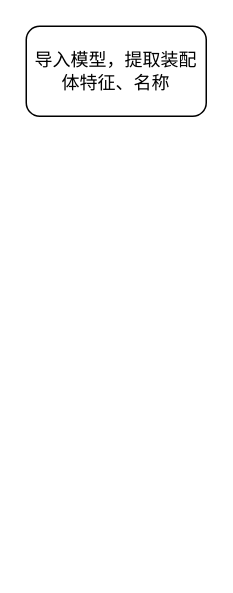
The draw.io diagram BWB.drawio in Harekaze-Misakiakeno/uml, before the edit. Source tidied: cells renumbered, new cells numbered last; positions are measured from the earlier drawing's top-left corner, leaving out a move shared by most shapes. Both pictures are drawn from the tidied source at 150%, with x=0, y=0 at pixel (26, 26).
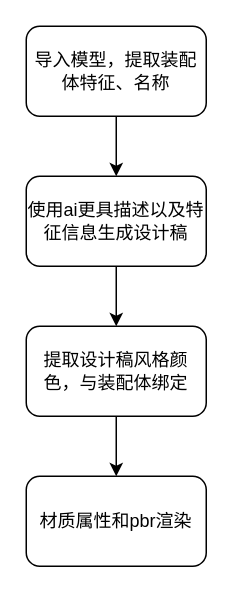
After the change.

The edit, as a diff of the source:
```diff
@@
 <mxGraphModel>
   <root>
     <mxCell id="0" />
     <mxCell id="1" parent="0" />
+    <mxCell id="3" style="edgeStyle=orthogonalEdgeStyle;rounded=0;jettySize=auto;html=1;" parent="1" edge="1" source="2" target="5">
+      <mxGeometry relative="1" as="geometry" />
+    </mxCell>
     <mxCell id="2" value="导入模型，提取装配体特征、名称" style="rounded=1;whiteSpace=wrap;html=1;" parent="1" vertex="1">
       <mxGeometry width="120" height="60" as="geometry" />
     </mxCell>
+    <mxCell id="4" style="edgeStyle=orthogonalEdgeStyle;rounded=0;jettySize=auto;html=1;entryX=0.5;entryY=0;entryDx=0;entryDy=0;" parent="1" edge="1" source="5" target="7">
+      <mxGeometry relative="1" as="geometry" />
+    </mxCell>
+    <mxCell id="5" value="使用ai更具描述以及特征信息生成设计稿" style="rounded=1;whiteSpace=wrap;html=1;" parent="1" vertex="1">
+      <mxGeometry y="100" width="120" height="60" as="geometry" />
+    </mxCell>
+    <mxCell id="6" style="edgeStyle=orthogonalEdgeStyle;rounded=0;jettySize=auto;html=1;entryX=0.5;entryY=0;entryDx=0;entryDy=0;" parent="1" edge="1" source="7" target="8">
+      <mxGeometry relative="1" as="geometry" />
+    </mxCell>
+    <mxCell id="7" value="提取设计稿风格颜色，与装配体绑定" style="rounded=1;whiteSpace=wrap;html=1;" parent="1" vertex="1">
+      <mxGeometry y="200" width="120" height="60" as="geometry" />
+    </mxCell>
+    <mxCell id="8" value="材质属性和pbr渲染" style="rounded=1;whiteSpace=wrap;html=1;" parent="1" vertex="1">
+      <mxGeometry y="300" width="120" height="60" as="geometry" />
+    </mxCell>
   </root>
 </mxGraphModel>
```
